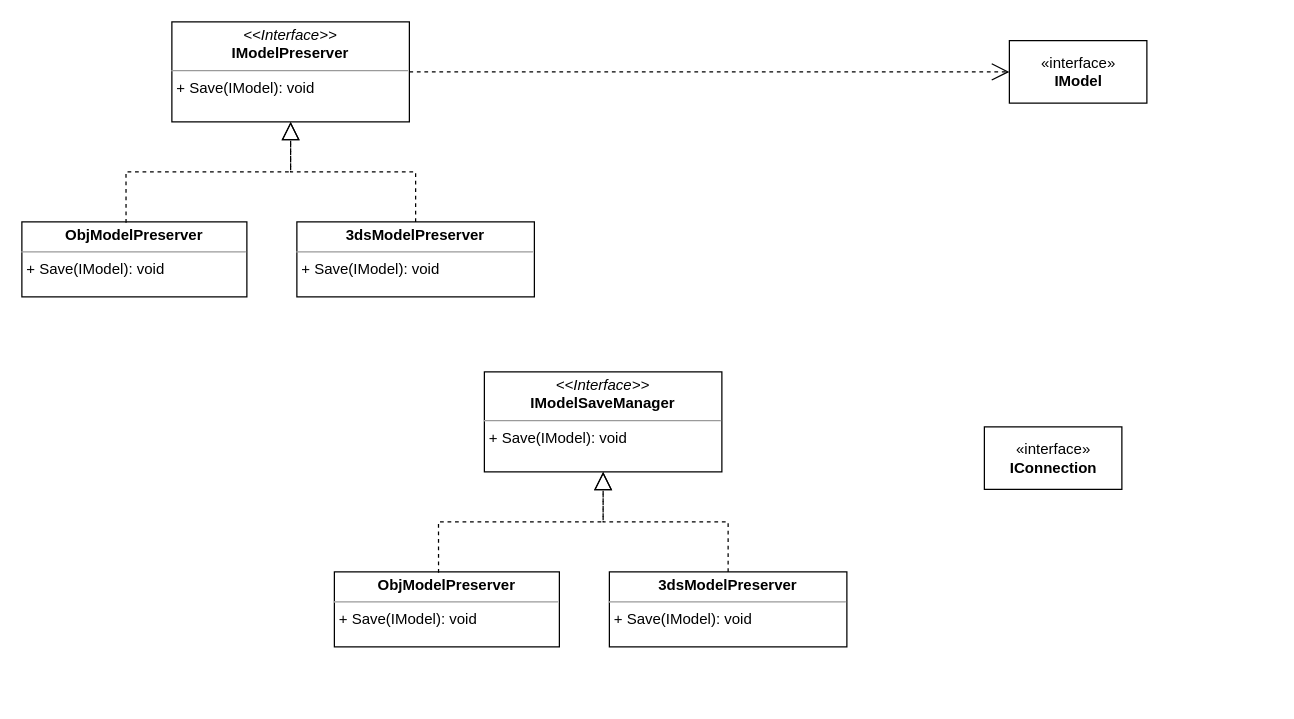
This is page "ModelPreservers" (3 of 3) of module_2/Classes.drawio from SheinEA/gb_architect, a draw.io file, before an edit. Source tidied: cells renumbered, new cells numbered last; positions are measured from the earlier drawing's top-left corner, leaving out a move shared by most shapes. Both pictures are drawn from the tidied source at 125%, with x=0, y=0 at pixel (21, 21).
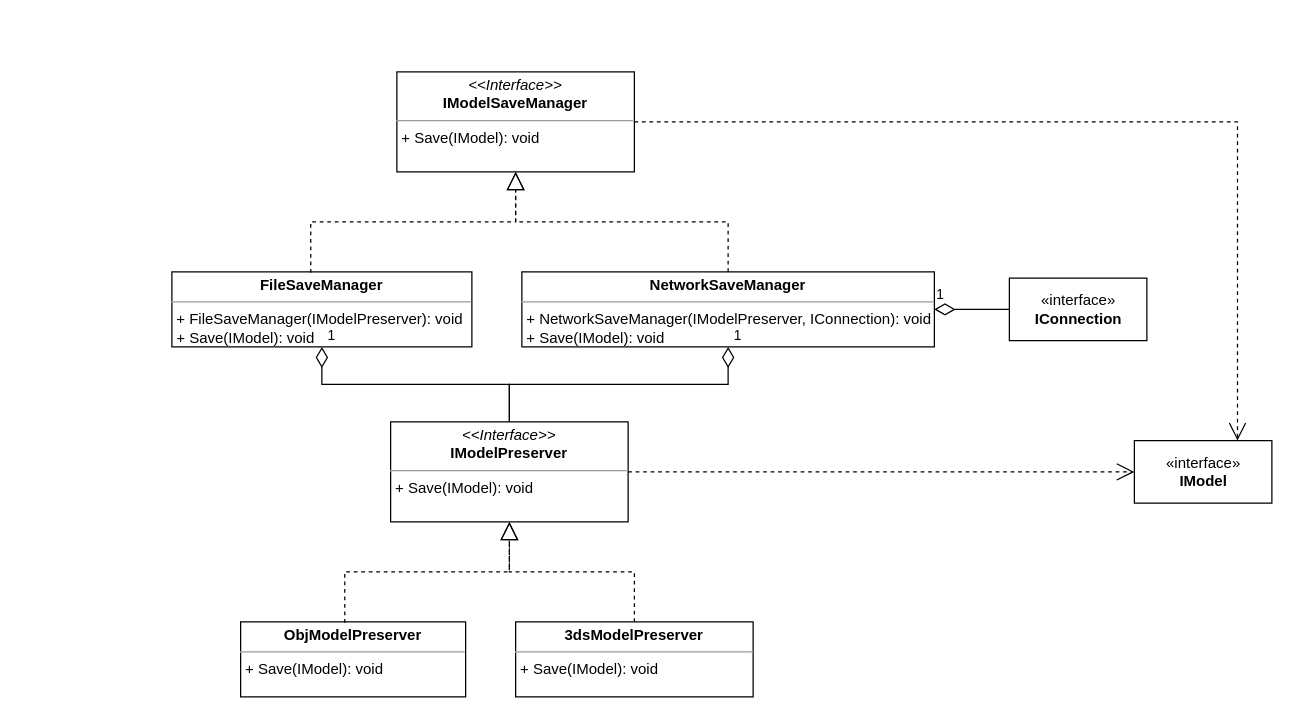
The same diagram, later.

Diff of the diagram source:
```diff
@@
     <mxCell id="2" value="&lt;p style=&quot;margin: 0px ; margin-top: 4px ; text-align: center&quot;&gt;&lt;i&gt;&amp;lt;&amp;lt;Interface&amp;gt;&amp;gt;&lt;/i&gt;&lt;br&gt;&lt;b&gt;IModelPreserver&lt;/b&gt;&lt;/p&gt;&lt;hr size=&quot;1&quot;&gt;&lt;p style=&quot;margin: 0px ; margin-left: 4px&quot;&gt;+ Save(IModel): void&lt;br&gt;&lt;/p&gt;" style="verticalAlign=top;align=left;overflow=fill;fontSize=12;fontFamily=Helvetica;html=1;" parent="1" vertex="1">
-      <mxGeometry x="120" width="190" height="80" as="geometry" />
+      <mxGeometry x="295" y="320" width="190" height="80" as="geometry" />
     </mxCell>
     <mxCell id="3" value="&lt;p style=&quot;margin: 0px ; margin-top: 4px ; text-align: center&quot;&gt;&lt;b&gt;ObjModelPreserver&lt;/b&gt;&lt;br&gt;&lt;/p&gt;&lt;hr size=&quot;1&quot;&gt;&lt;p style=&quot;margin: 0px ; margin-left: 4px&quot;&gt;&lt;span&gt;+ Save(IModel): void&lt;/span&gt;&lt;br&gt;&lt;/p&gt;" style="verticalAlign=top;align=left;overflow=fill;fontSize=12;fontFamily=Helvetica;html=1;" parent="1" vertex="1">
-      <mxGeometry y="160" width="180" height="60" as="geometry" />
+      <mxGeometry x="175" y="480" width="180" height="60" as="geometry" />
     </mxCell>
     <mxCell id="4" value="&lt;p style=&quot;margin: 0px ; margin-top: 4px ; text-align: center&quot;&gt;&lt;b&gt;3dsModelPreserver&lt;/b&gt;&lt;br&gt;&lt;/p&gt;&lt;hr size=&quot;1&quot;&gt;&lt;p style=&quot;margin: 0px ; margin-left: 4px&quot;&gt;&lt;span&gt;+ Save(IModel): void&lt;/span&gt;&lt;br&gt;&lt;/p&gt;" style="verticalAlign=top;align=left;overflow=fill;fontSize=12;fontFamily=Helvetica;html=1;" parent="1" vertex="1">
-      <mxGeometry x="220" y="160" width="190" height="60" as="geometry" />
+      <mxGeometry x="395" y="480" width="190" height="60" as="geometry" />
     </mxCell>
@@
     <mxCell id="7" value="«interface»&lt;br&gt;&lt;b&gt;IModel&lt;/b&gt;" style="html=1;" parent="1" vertex="1">
-      <mxGeometry x="790" y="15" width="110" height="50" as="geometry" />
+      <mxGeometry x="890" y="335" width="110" height="50" as="geometry" />
     </mxCell>
@@
     <mxCell id="9" value="«interface»&lt;br&gt;&lt;b&gt;IConnection&lt;/b&gt;" style="html=1;" parent="1" vertex="1">
-      <mxGeometry x="770" y="324" width="110" height="50" as="geometry" />
+      <mxGeometry x="790" y="205" width="110" height="50" as="geometry" />
     </mxCell>
     <mxCell id="10" value="&lt;p style=&quot;margin: 0px ; margin-top: 4px ; text-align: center&quot;&gt;&lt;i&gt;&amp;lt;&amp;lt;Interface&amp;gt;&amp;gt;&lt;/i&gt;&lt;br&gt;&lt;b&gt;IM&lt;/b&gt;&lt;b&gt;odelSaveManager&lt;/b&gt;&lt;/p&gt;&lt;hr size=&quot;1&quot;&gt;&lt;p style=&quot;margin: 0px ; margin-left: 4px&quot;&gt;+ Save(IModel): void&lt;br&gt;&lt;/p&gt;" style="verticalAlign=top;align=left;overflow=fill;fontSize=12;fontFamily=Helvetica;html=1;" parent="1" vertex="1">
-      <mxGeometry x="370" y="280" width="190" height="80" as="geometry" />
+      <mxGeometry x="300" y="40" width="190" height="80" as="geometry" />
     </mxCell>
-    <mxCell id="11" value="&lt;p style=&quot;margin: 0px ; margin-top: 4px ; text-align: center&quot;&gt;&lt;b&gt;ObjModelPreserver&lt;/b&gt;&lt;br&gt;&lt;/p&gt;&lt;hr size=&quot;1&quot;&gt;&lt;p style=&quot;margin: 0px ; margin-left: 4px&quot;&gt;&lt;span&gt;+ Save(IModel): void&lt;/span&gt;&lt;br&gt;&lt;/p&gt;" style="verticalAlign=top;align=left;overflow=fill;fontSize=12;fontFamily=Helvetica;html=1;" parent="1" vertex="1">
-      <mxGeometry x="250" y="440" width="180" height="60" as="geometry" />
+    <mxCell id="11" value="&lt;p style=&quot;margin: 0px ; margin-top: 4px ; text-align: center&quot;&gt;&lt;b&gt;FileSaveManager&lt;/b&gt;&lt;/p&gt;&lt;hr size=&quot;1&quot;&gt;&lt;p style=&quot;margin: 0px ; margin-left: 4px&quot;&gt;&lt;span&gt;+ FileSaveManager(IModelPreserver): void&lt;/span&gt;&lt;/p&gt;&lt;p style=&quot;margin: 0px ; margin-left: 4px&quot;&gt;&lt;span&gt;+ Save(IModel): void&lt;/span&gt;&lt;br&gt;&lt;/p&gt;" style="verticalAlign=top;align=left;overflow=fill;fontSize=12;fontFamily=Helvetica;html=1;" parent="1" vertex="1">
+      <mxGeometry x="120" y="200" width="240" height="60" as="geometry" />
     </mxCell>
-    <mxCell id="12" value="&lt;p style=&quot;margin: 0px ; margin-top: 4px ; text-align: center&quot;&gt;&lt;b&gt;3dsModelPreserver&lt;/b&gt;&lt;br&gt;&lt;/p&gt;&lt;hr size=&quot;1&quot;&gt;&lt;p style=&quot;margin: 0px ; margin-left: 4px&quot;&gt;&lt;span&gt;+ Save(IModel): void&lt;/span&gt;&lt;br&gt;&lt;/p&gt;" style="verticalAlign=top;align=left;overflow=fill;fontSize=12;fontFamily=Helvetica;html=1;" parent="1" vertex="1">
-      <mxGeometry x="470" y="440" width="190" height="60" as="geometry" />
+    <mxCell id="12" value="&lt;p style=&quot;margin: 0px ; margin-top: 4px ; text-align: center&quot;&gt;&lt;b&gt;NetworkSaveManager&lt;/b&gt;&lt;br&gt;&lt;/p&gt;&lt;hr size=&quot;1&quot;&gt;&lt;p style=&quot;margin: 0px ; margin-left: 4px&quot;&gt;+ NetworkSaveManager(IModelPreserver, IConnection): void&lt;span&gt;&lt;br&gt;&lt;/span&gt;&lt;/p&gt;&lt;p style=&quot;margin: 0px ; margin-left: 4px&quot;&gt;&lt;span&gt;+ Save(IModel): void&lt;/span&gt;&lt;br&gt;&lt;/p&gt;" style="verticalAlign=top;align=left;overflow=fill;fontSize=12;fontFamily=Helvetica;html=1;" parent="1" vertex="1">
+      <mxGeometry x="400" y="200" width="330" height="60" as="geometry" />
     </mxCell>
@@
+    <mxCell id="15" value="1" style="endArrow=none;html=1;endSize=12;startArrow=diamondThin;startSize=14;startFill=0;edgeStyle=orthogonalEdgeStyle;align=left;verticalAlign=bottom;endFill=0;rounded=0;" parent="1" edge="1" source="12" target="9">
+      <mxGeometry x="-1" y="3" relative="1" as="geometry" />
+    </mxCell>
+    <mxCell id="16" style="endArrow=open;endFill=1;endSize=12;html=1;edgeStyle=orthogonalEdgeStyle;rounded=0;dashed=1;entryX=0.75;entryY=0;entryDx=0;entryDy=0;" parent="1" edge="1" source="10" target="7">
+      <mxGeometry relative="1" as="geometry" />
+    </mxCell>
+    <mxCell id="17" value="1" style="endArrow=none;html=1;endSize=12;startArrow=diamondThin;startSize=14;startFill=0;edgeStyle=orthogonalEdgeStyle;align=left;verticalAlign=bottom;endFill=0;rounded=0;" parent="1" edge="1" source="11" target="2">
+      <mxGeometry x="-1" y="3" relative="1" as="geometry" />
+    </mxCell>
+    <mxCell id="18" value="1" style="endArrow=none;html=1;endSize=12;startArrow=diamondThin;startSize=14;startFill=0;edgeStyle=orthogonalEdgeStyle;align=left;verticalAlign=bottom;endFill=0;rounded=0;" parent="1" edge="1" source="12" target="2">
+      <mxGeometry x="-1" y="3" relative="1" as="geometry">
+        <Array as="points">
+          <mxPoint x="565" y="290" />
+          <mxPoint x="390" y="290" />
+        </Array>
+      </mxGeometry>
+    </mxCell>
```
